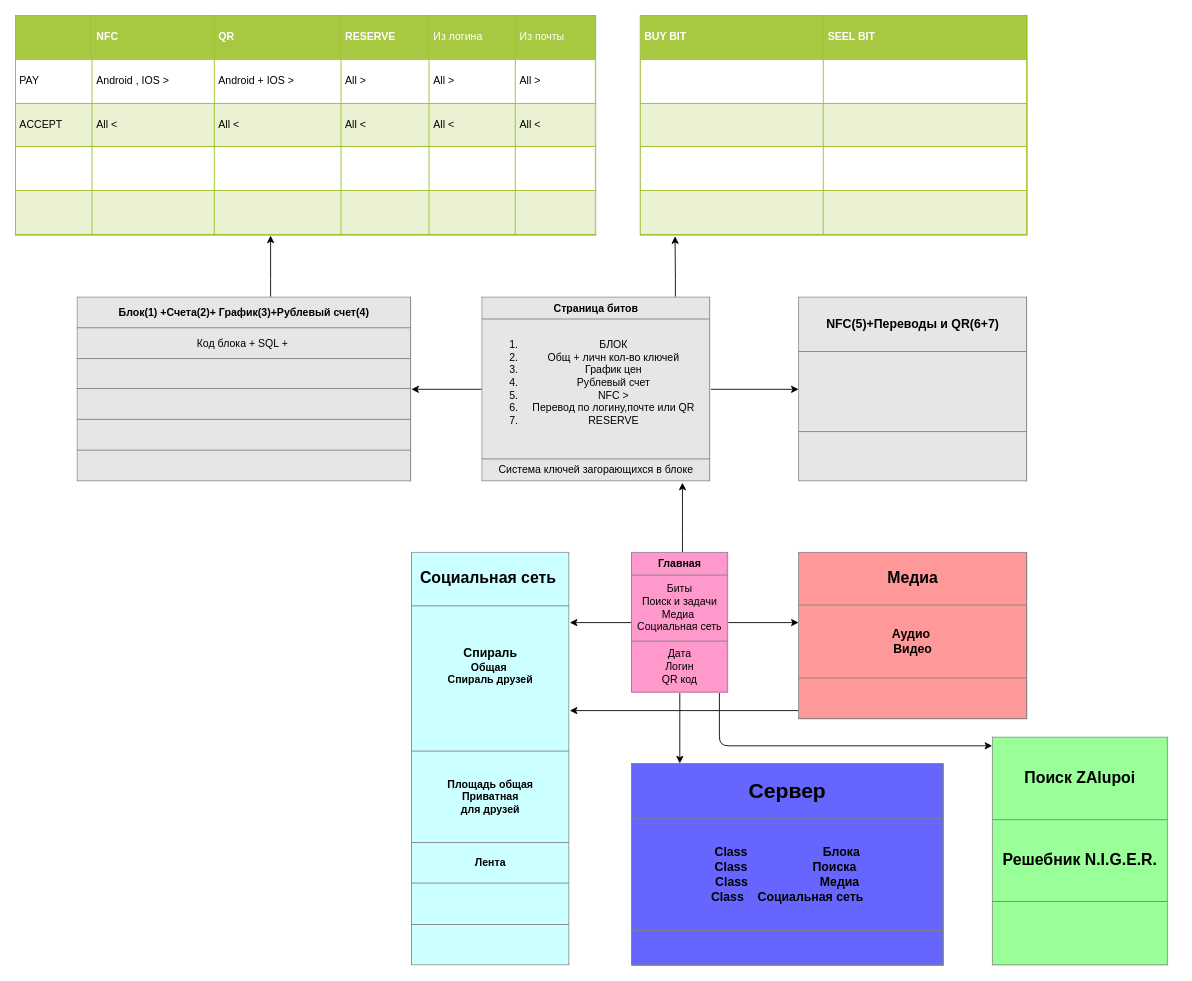
Above: page "Page-1" (1 of 2) of Untitled Diagram.drawio in Process64/Project-Euler (draw.io), before the change. Source tidied: cells renumbered, new cells numbered last; positions are measured from the earlier drawing's top-left corner, leaving out a move shared by most shapes. Both pictures are drawn from the tidied source at 88%, with x=0, y=0 at pixel (15, 15).
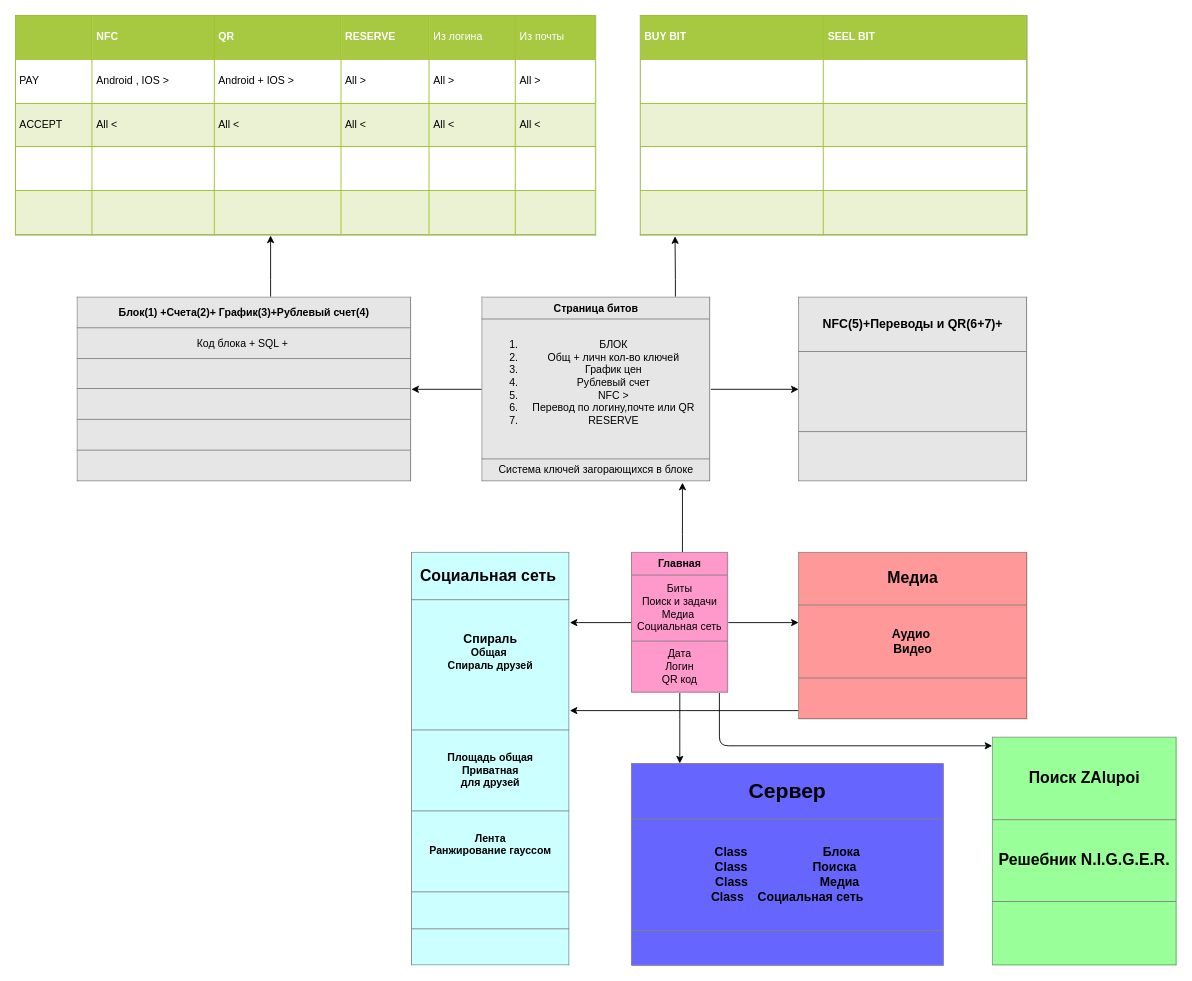
Above is the later version.

Diff of the diagram source:
```diff
@@
-    <mxCell id="11" value="&lt;table border=&quot;1&quot; width=&quot;100%&quot; cellpadding=&quot;4&quot; style=&quot;width: 100% ; height: 100% ; border-collapse: collapse&quot; align=&quot;left&quot;&gt;&lt;tbody&gt;&lt;tr&gt;&lt;th align=&quot;center&quot;&gt;&lt;font style=&quot;font-size: 14px&quot;&gt;NFC(5)+Переводы и QR(6+7)&lt;/font&gt;&lt;/th&gt;&lt;/tr&gt;&lt;tr&gt;&lt;td align=&quot;center&quot;&gt;&lt;div&gt;&lt;br&gt;&lt;/div&gt;&lt;br&gt;&lt;/td&gt;&lt;/tr&gt;&lt;tr&gt;&lt;td align=&quot;center&quot;&gt;&lt;br&gt;&lt;/td&gt;&lt;/tr&gt;&lt;/tbody&gt;&lt;/table&gt;" style="text;html=1;strokeColor=none;fillColor=#E6E6E6;overflow=fill;" parent="1" vertex="1">
+    <mxCell id="11" value="&lt;table border=&quot;1&quot; width=&quot;100%&quot; cellpadding=&quot;4&quot; style=&quot;width: 100% ; height: 100% ; border-collapse: collapse&quot; align=&quot;left&quot;&gt;&lt;tbody&gt;&lt;tr&gt;&lt;th align=&quot;center&quot;&gt;&lt;font style=&quot;font-size: 14px&quot;&gt;NFC(5)+Переводы и QR(6+7)+&lt;/font&gt;&lt;/th&gt;&lt;/tr&gt;&lt;tr&gt;&lt;td align=&quot;center&quot;&gt;&lt;div&gt;&lt;br&gt;&lt;/div&gt;&lt;br&gt;&lt;/td&gt;&lt;/tr&gt;&lt;tr&gt;&lt;td align=&quot;center&quot;&gt;&lt;br&gt;&lt;/td&gt;&lt;/tr&gt;&lt;/tbody&gt;&lt;/table&gt;" style="text;html=1;strokeColor=none;fillColor=#E6E6E6;overflow=fill;" parent="1" vertex="1">
       <mxGeometry x="890" y="319.8" width="260" height="210.2" as="geometry" />
     </mxCell>
@@
-    <mxCell id="17" value="&lt;table border=&quot;1&quot; width=&quot;100%&quot; cellpadding=&quot;4&quot; style=&quot;width: 100% ; height: 100% ; border-collapse: collapse&quot;&gt;&lt;tbody&gt;&lt;tr&gt;&lt;th align=&quot;center&quot;&gt;&lt;font style=&quot;font-size: 18px&quot;&gt;Социальная сеть&amp;nbsp;&lt;/font&gt;&lt;/th&gt;&lt;/tr&gt;&lt;tr&gt;&lt;td align=&quot;center&quot;&gt;&lt;b&gt;&lt;font style=&quot;font-size: 14px&quot;&gt;Спираль&lt;/font&gt;&lt;br&gt;Общая&amp;nbsp;&lt;br&gt;Спираль друзей&lt;br&gt;&lt;br&gt;&lt;br&gt;&lt;/b&gt;&lt;/td&gt;&lt;/tr&gt;&lt;tr&gt;&lt;td style=&quot;text-align: center&quot;&gt;&lt;b&gt;Площадь общая&lt;br&gt;Приватная&lt;br&gt;для друзей&lt;/b&gt;&lt;/td&gt;&lt;/tr&gt;&lt;tr&gt;&lt;td style=&quot;text-align: center&quot;&gt;&lt;b&gt;Лента&lt;/b&gt;&lt;/td&gt;&lt;/tr&gt;&lt;tr&gt;&lt;td style=&quot;text-align: center&quot;&gt;&lt;br&gt;&lt;/td&gt;&lt;/tr&gt;&lt;tr&gt;&lt;td align=&quot;center&quot;&gt;&lt;br&gt;&lt;/td&gt;&lt;/tr&gt;&lt;/tbody&gt;&lt;/table&gt;" style="text;html=1;strokeColor=none;fillColor=#CCFFFF;overflow=fill;" parent="1" vertex="1">
+    <mxCell id="17" value="&lt;table border=&quot;1&quot; width=&quot;100%&quot; cellpadding=&quot;4&quot; style=&quot;width: 100% ; height: 100% ; border-collapse: collapse&quot;&gt;&lt;tbody&gt;&lt;tr&gt;&lt;th align=&quot;center&quot;&gt;&lt;font style=&quot;font-size: 18px&quot;&gt;Социальная сеть&amp;nbsp;&lt;/font&gt;&lt;/th&gt;&lt;/tr&gt;&lt;tr&gt;&lt;td align=&quot;center&quot;&gt;&lt;b&gt;&lt;font style=&quot;font-size: 14px&quot;&gt;Спираль&lt;/font&gt;&lt;br&gt;Общая&amp;nbsp;&lt;br&gt;Спираль друзей&lt;br&gt;&lt;br&gt;&lt;br&gt;&lt;/b&gt;&lt;/td&gt;&lt;/tr&gt;&lt;tr&gt;&lt;td style=&quot;text-align: center&quot;&gt;&lt;b&gt;Площадь общая&lt;br&gt;Приватная&lt;br&gt;для друзей&lt;/b&gt;&lt;/td&gt;&lt;/tr&gt;&lt;tr&gt;&lt;td style=&quot;text-align: center&quot;&gt;&lt;b&gt;Лента&lt;br&gt;Ранжирование гауссом&lt;br&gt;&lt;br&gt;&lt;/b&gt;&lt;/td&gt;&lt;/tr&gt;&lt;tr&gt;&lt;td style=&quot;text-align: center&quot;&gt;&lt;br&gt;&lt;/td&gt;&lt;/tr&gt;&lt;tr&gt;&lt;td align=&quot;center&quot;&gt;&lt;br&gt;&lt;/td&gt;&lt;/tr&gt;&lt;/tbody&gt;&lt;/table&gt;" style="text;html=1;strokeColor=none;fillColor=#CCFFFF;overflow=fill;" parent="1" vertex="1">
       <mxGeometry x="450" y="610" width="180" height="470" as="geometry" />
     </mxCell>
@@
-    <mxCell id="21" value="&lt;table border=&quot;1&quot; width=&quot;100%&quot; cellpadding=&quot;4&quot; style=&quot;width: 100% ; height: 100% ; border-collapse: collapse&quot;&gt;&lt;tbody&gt;&lt;tr&gt;&lt;th align=&quot;center&quot;&gt;&lt;font style=&quot;font-size: 18px&quot;&gt;Поиск ZAlupoi&lt;/font&gt;&lt;/th&gt;&lt;/tr&gt;&lt;tr&gt;&lt;td align=&quot;center&quot;&gt;&lt;font style=&quot;font-size: 18px&quot;&gt;&lt;b&gt;Решебник N.I.G.E.R.&lt;/b&gt;&lt;/font&gt;&lt;/td&gt;&lt;/tr&gt;&lt;tr&gt;&lt;td align=&quot;center&quot;&gt;&lt;br&gt;&lt;/td&gt;&lt;/tr&gt;&lt;/tbody&gt;&lt;/table&gt;" style="text;html=1;strokeColor=none;fillColor=#99FF99;overflow=fill;" parent="1" vertex="1">
-      <mxGeometry x="1110" y="820" width="200" height="260" as="geometry" />
+    <mxCell id="21" value="&lt;table border=&quot;1&quot; width=&quot;100%&quot; cellpadding=&quot;4&quot; style=&quot;width: 100% ; height: 100% ; border-collapse: collapse&quot;&gt;&lt;tbody&gt;&lt;tr&gt;&lt;th align=&quot;center&quot;&gt;&lt;font style=&quot;font-size: 18px&quot;&gt;Поиск ZAlupoi&lt;/font&gt;&lt;/th&gt;&lt;/tr&gt;&lt;tr&gt;&lt;td align=&quot;center&quot;&gt;&lt;font style=&quot;font-size: 18px&quot;&gt;&lt;b&gt;Решебник N.I.G.G.E.R.&lt;/b&gt;&lt;/font&gt;&lt;/td&gt;&lt;/tr&gt;&lt;tr&gt;&lt;td align=&quot;center&quot;&gt;&lt;br&gt;&lt;/td&gt;&lt;/tr&gt;&lt;/tbody&gt;&lt;/table&gt;" style="text;html=1;strokeColor=none;fillColor=#99FF99;overflow=fill;" parent="1" vertex="1">
+      <mxGeometry x="1110" y="820" width="210" height="260" as="geometry" />
     </mxCell>
```
